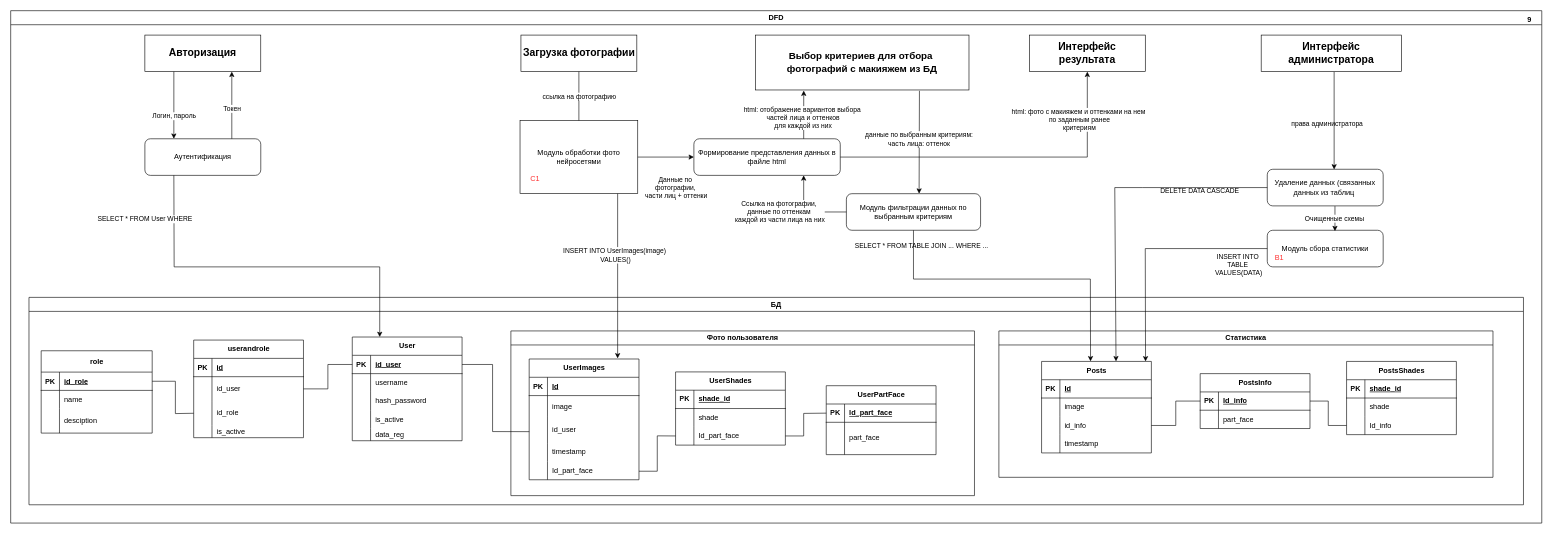
The draw.io diagram page "DFD" (9 of 9) of documentation/Диаграмма без названия.drawio in DashaTkach/Project, before the edit. Source tidied: cells renumbered, new cells numbered last; positions are measured from the earlier drawing's top-left corner, leaving out a move shared by most shapes. Both pictures are drawn from the tidied source at 61%, with x=0, y=0 at pixel (10, 10).
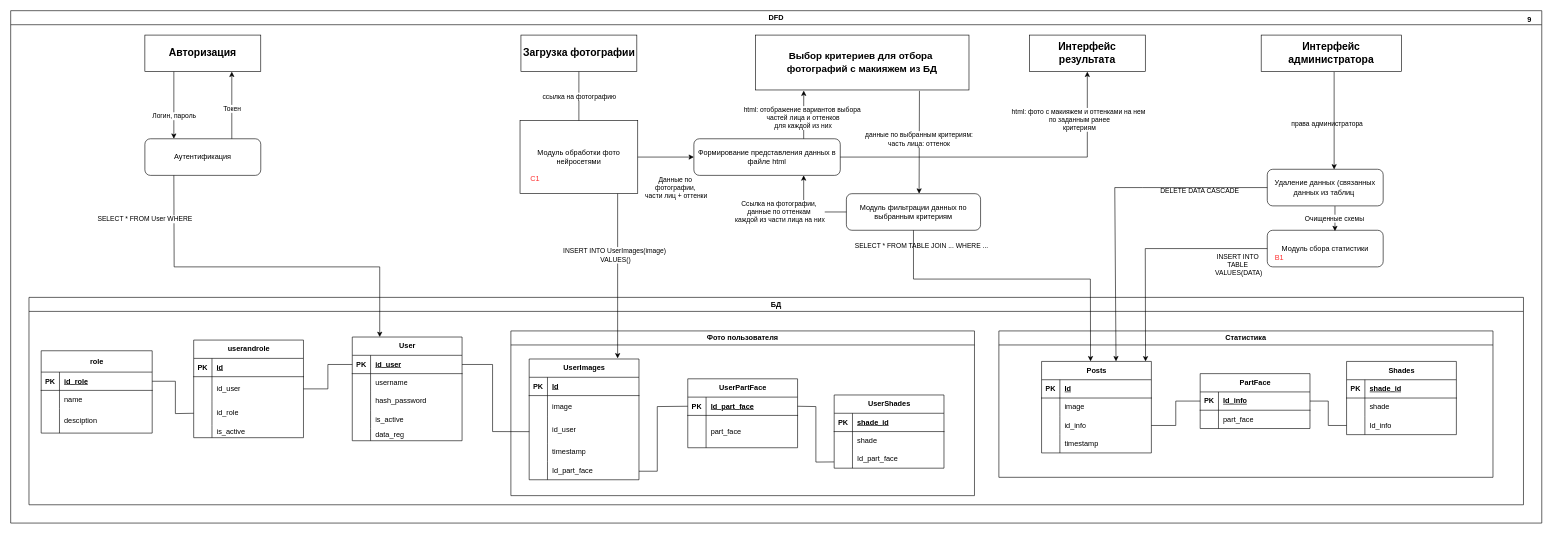
The same page after the edit.

Unchanged cells that the change refers to:
```xml
<mxCell id="19" value="БД" style="swimlane;whiteSpace=wrap;html=1;" parent="2" vertex="1">
  <mxGeometry x="30" y="470" width="2450" height="340" as="geometry" />
</mxCell>
<mxCell id="53" value="Фото пользователя" style="swimlane;whiteSpace=wrap;html=1;" parent="19" vertex="1">
  <mxGeometry x="790" y="55" width="760" height="270" as="geometry" />
</mxCell>
<mxCell id="71" style="shape=tableRow;horizontal=0;startSize=0;swimlaneHead=0;swimlaneBody=0;fillColor=none;points=[[0,0.5],[1,0.5]];portConstraint=eastwest;top=0;left=0;right=0;bottom=1;" parent="70" vertex="1">
  <mxGeometry y="30" width="180" height="30" as="geometry" />
</mxCell>
<mxCell id="84" style="shape=tableRow;horizontal=0;startSize=0;swimlaneHead=0;swimlaneBody=0;fillColor=none;points=[[0,0.5],[1,0.5]];portConstraint=eastwest;top=0;left=0;right=0;bottom=0;" parent="77" vertex="1">
  <mxGeometry y="90" width="180" height="30" as="geometry" />
</mxCell>
```

What changed in the source:
```diff
@@
-    <mxCell id="33" value="PostsInfo" style="shape=table;startSize=30;childLayout=tableLayout;rowLines=0;fontStyle=1;align=center;html=1;" parent="19" vertex="1">
+    <mxCell id="33" value="PartFace" style="shape=table;startSize=30;childLayout=tableLayout;rowLines=0;fontStyle=1;align=center;html=1;" parent="19" vertex="1">
       <mxGeometry x="1920" y="125" width="180" height="90" as="geometry" />
     </mxCell>
@@
-    <mxCell id="40" value="PostsShades" style="shape=table;startSize=30;childLayout=tableLayout;rowLines=0;fontStyle=1;align=center;html=1;" parent="19" vertex="1">
+    <mxCell id="40" value="Shades" style="shape=table;startSize=30;childLayout=tableLayout;rowLines=0;fontStyle=1;align=center;html=1;" parent="19" vertex="1">
       <mxGeometry x="2160" y="105" width="180" height="120" as="geometry" />
     </mxCell>
@@
     <mxCell id="70" value="UserPartFace" style="shape=table;startSize=30;childLayout=tableLayout;rowLines=0;fontStyle=1;align=center;html=1;" parent="53" vertex="1">
-      <mxGeometry x="517" y="89.8" width="180" height="113" as="geometry" />
+      <mxGeometry x="290" y="78.5" width="180" height="113" as="geometry" />
     </mxCell>
@@
+    <mxCell id="88" style="endArrow=none;html=1;rounded=0;entryX=0;entryY=0.5;entryDx=0;entryDy=0;" parent="53" edge="1" target="71">
+      <mxGeometry relative="1" as="geometry">
+        <mxPoint x="210" y="230" as="sourcePoint" />
+        <Array as="points">
+          <mxPoint x="240" y="230" />
+          <mxPoint x="240" y="124" />
+        </Array>
+      </mxGeometry>
+    </mxCell>
     <mxCell id="77" value="UserShades" style="shape=table;startSize=30;childLayout=tableLayout;rowLines=0;fontStyle=1;align=center;html=1;" parent="53" vertex="1">
-      <mxGeometry x="270" y="67.2" width="180" height="120" as="geometry" />
+      <mxGeometry x="530" y="105" width="180" height="120" as="geometry" />
     </mxCell>
@@
-    <mxCell id="87" style="endArrow=none;html=1;rounded=0;exitX=1;exitY=0.5;exitDx=0;exitDy=0;entryX=0;entryY=0.5;entryDx=0;entryDy=0;" parent="53" edge="1" source="84" target="71">
+    <mxCell id="87" style="endArrow=none;html=1;rounded=0;entryX=1;entryY=0.5;entryDx=0;entryDy=0;exitX=-0.002;exitY=0.659;exitDx=0;exitDy=0;exitPerimeter=0;" parent="53" edge="1" source="84" target="71">
       <mxGeometry relative="1" as="geometry">
         <Array as="points">
-          <mxPoint x="480" y="172.2" />
-          <mxPoint x="480" y="135.2" />
+          <mxPoint x="500" y="215" />
+          <mxPoint x="500" y="124" />
         </Array>
       </mxGeometry>
     </mxCell>
-    <mxCell id="88" style="endArrow=none;html=1;rounded=0;entryX=0;entryY=0.5;entryDx=0;entryDy=0;" parent="53" edge="1" target="84">
-      <mxGeometry relative="1" as="geometry">
-        <mxPoint x="210" y="230" as="sourcePoint" />
-        <Array as="points">
-          <mxPoint x="240" y="230" />
-          <mxPoint x="240" y="172" />
-        </Array>
-      </mxGeometry>
-    </mxCell>
```
